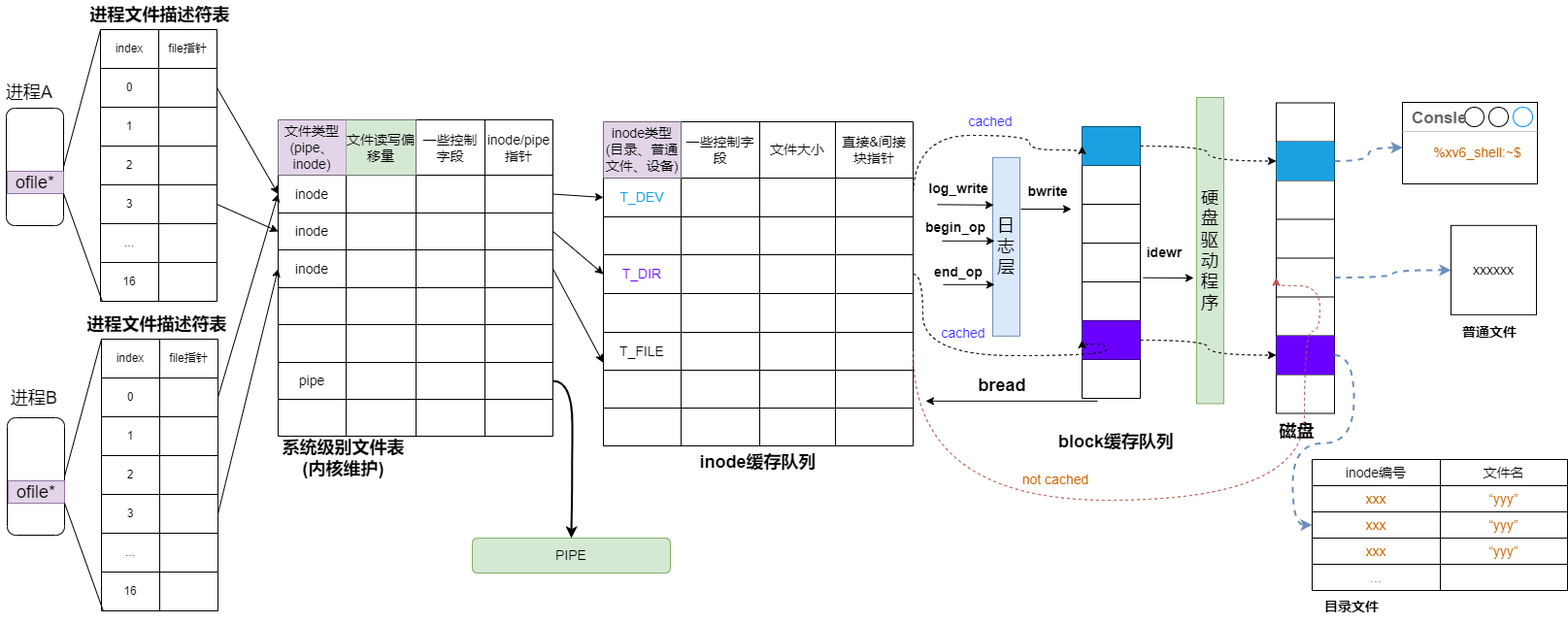
Earlier version of the draw.io export OS/xv6_文件系统_总图.drawio.png (SixPlusAndTimes/drawio). Source tidied: cells renumbered, new cells last; positions are measured from the earlier drawing's top-left corner, leaving out a move shared by most shapes.
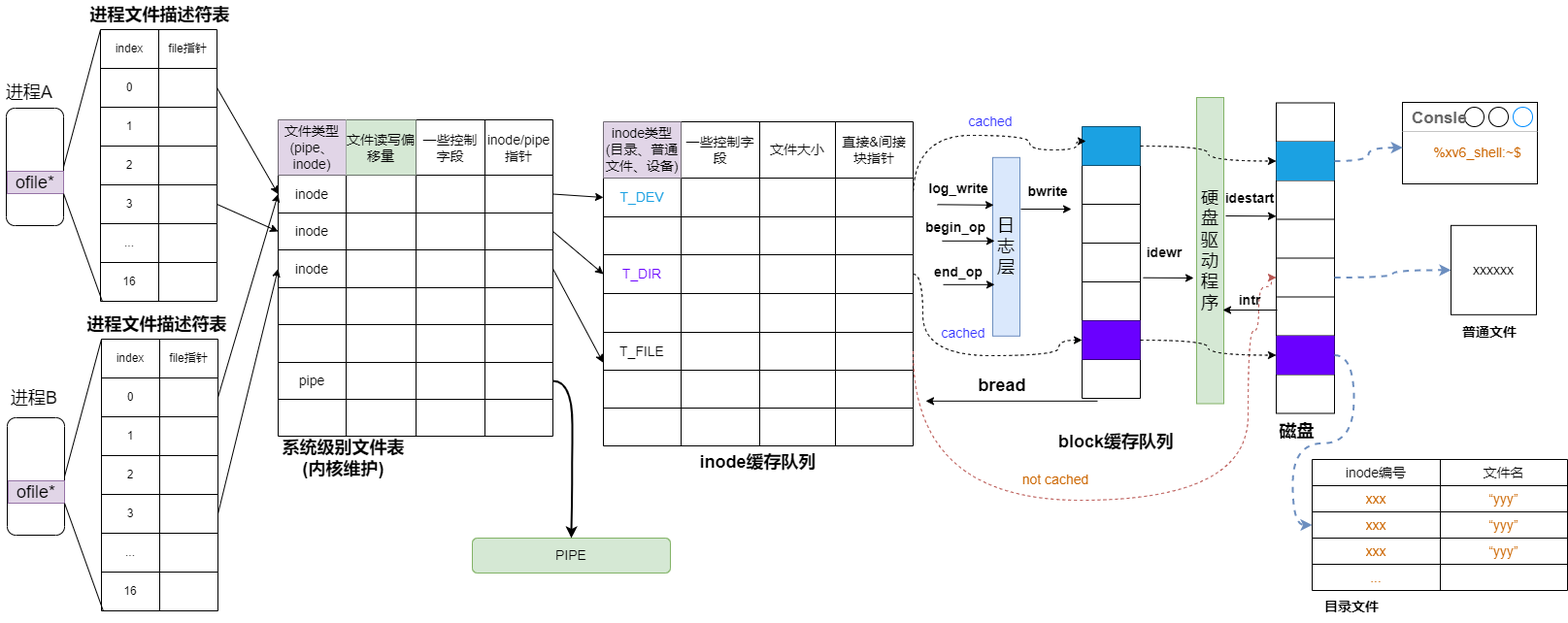
The same diagram one commit later.

Commit message:
更新xv6_文件系统_总图.drawio.png

Diff of the diagram source:
```diff
@@ -605,12 +605,15 @@
     <mxCell id="196" value="&lt;font style=&quot;font-size: 14px;&quot;&gt;&lt;b style=&quot;&quot;&gt;idewr&lt;/b&gt;&lt;/font&gt;" style="text;html=1;strokeColor=none;fillColor=none;align=center;verticalAlign=middle;whiteSpace=wrap;rounded=0;fontSize=10;" parent="1" vertex="1">
       <mxGeometry x="1169" y="245" width="60" height="30" as="geometry" />
     </mxCell>
-    <mxCell id="197" style="edgeStyle=orthogonalEdgeStyle;rounded=0;jettySize=auto;html=1;exitX=1;exitY=0.5;exitDx=0;exitDy=0;entryX=0;entryY=0.5;entryDx=0;entryDy=0;fontSize=14;curved=1;dashed=1;" parent="1" edge="1" source="74" target="111">
+    <mxCell id="197" style="edgeStyle=orthogonalEdgeStyle;rounded=0;jettySize=auto;html=1;exitX=1;exitY=0.5;exitDx=0;exitDy=0;fontSize=14;curved=1;dashed=1;" parent="1" edge="1" source="74">
       <mxGeometry relative="1" as="geometry">
+        <mxPoint x="1118" y="145" as="targetPoint" />
         <Array as="points">
           <mxPoint x="940" y="139" />
           <mxPoint x="1060" y="139" />
           <mxPoint x="1060" y="154" />
+          <mxPoint x="1108" y="154" />
+          <mxPoint x="1108" y="145" />
         </Array>
       </mxGeometry>
     </mxCell>
@@ -619,8 +622,8 @@
         <Array as="points">
           <mxPoint x="950" y="282" />
           <mxPoint x="950" y="366" />
-          <mxPoint x="1139" y="366" />
-          <mxPoint x="1139" y="354" />
+          <mxPoint x="1090" y="366" />
+          <mxPoint x="1090" y="350" />
         </Array>
       </mxGeometry>
     </mxCell>
@@ -628,10 +631,12 @@
       <mxGeometry relative="1" as="geometry">
         <Array as="points">
           <mxPoint x="940" y="515" />
-          <mxPoint x="1343" y="515" />
-          <mxPoint x="1343" y="341" />
-          <mxPoint x="1359" y="341" />
-          <mxPoint x="1359" y="294" />
+          <mxPoint x="1285" y="515" />
+          <mxPoint x="1285" y="341" />
+          <mxPoint x="1296" y="341" />
+          <mxPoint x="1296" y="295" />
+          <mxPoint x="1309" y="295" />
+          <mxPoint x="1309" y="286" />
         </Array>
       </mxGeometry>
     </mxCell>
@@ -728,5 +733,23 @@
     <mxCell id="230" style="edgeStyle=orthogonalEdgeStyle;curved=1;rounded=0;jettySize=auto;html=1;exitX=1;exitY=0.5;exitDx=0;exitDy=0;entryX=0.5;entryY=0;entryDx=0;entryDy=0;strokeWidth=2;fontSize=14;fontColor=#6A00FF;" parent="1" edge="1" source="56" target="229">
       <mxGeometry relative="1" as="geometry" />
     </mxCell>
+    <mxCell id="231" style="endArrow=classic;html=1;rounded=0;fontSize=10;" parent="1" edge="1">
+      <mxGeometry relative="1" as="geometry">
+        <mxPoint x="1262" y="222" as="sourcePoint" />
+        <mxPoint x="1314" y="222.3" as="targetPoint" />
+      </mxGeometry>
+    </mxCell>
+    <mxCell id="232" value="&lt;font style=&quot;font-size: 14px;&quot;&gt;&lt;b style=&quot;&quot;&gt;idestart&lt;/b&gt;&lt;/font&gt;" style="text;html=1;strokeColor=none;fillColor=none;align=center;verticalAlign=middle;whiteSpace=wrap;rounded=0;fontSize=10;" parent="1" vertex="1">
+      <mxGeometry x="1257" y="189" width="60" height="30" as="geometry" />
+    </mxCell>
+    <mxCell id="233" style="endArrow=classic;html=1;rounded=0;fontSize=14;" parent="1" edge="1">
+      <mxGeometry relative="1" as="geometry">
+        <mxPoint x="1315" y="319" as="sourcePoint" />
+        <mxPoint x="1259" y="319" as="targetPoint" />
+      </mxGeometry>
+    </mxCell>
+    <mxCell id="234" value="&lt;font style=&quot;font-size: 14px;&quot;&gt;&lt;b style=&quot;&quot;&gt;intr&lt;/b&gt;&lt;/font&gt;" style="text;html=1;strokeColor=none;fillColor=none;align=center;verticalAlign=middle;whiteSpace=wrap;rounded=0;fontSize=10;" parent="1" vertex="1">
+      <mxGeometry x="1257" y="293.8" width="60" height="30" as="geometry" />
+    </mxCell>
   </root>
 </mxGraphModel>
```
